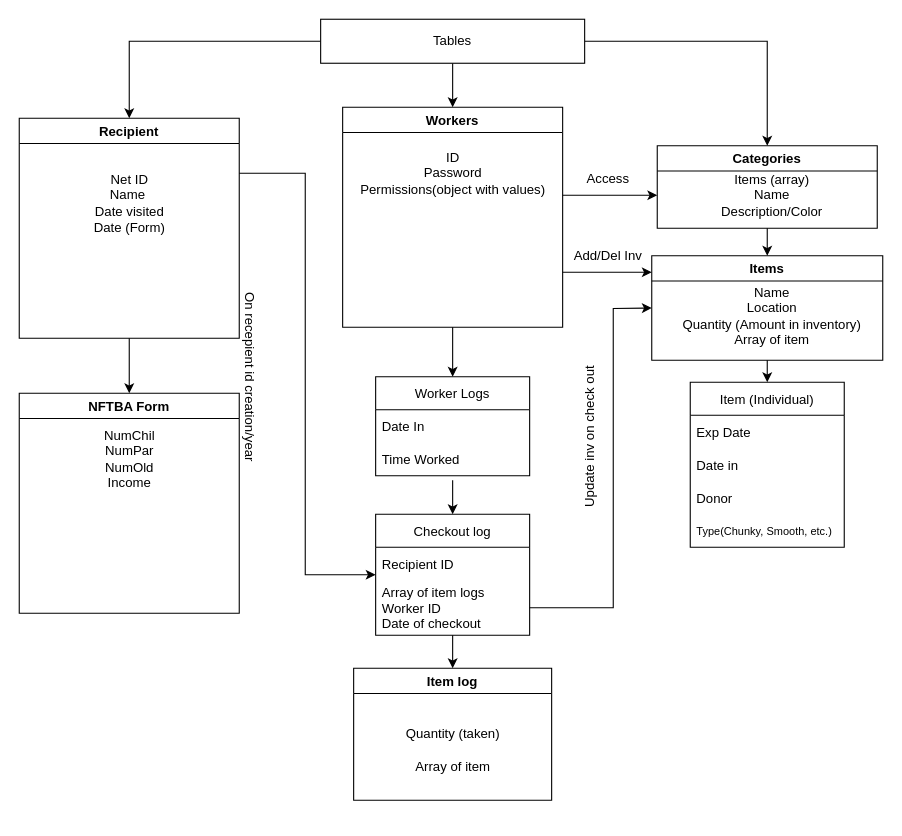
This is Back-End Data.drawio from UTDallasEPICS/Comet-Cupboard, a draw.io file, before an edit. Source tidied: cells renumbered, new cells numbered last; positions are measured from the earlier drawing's top-left corner, leaving out a move shared by most shapes. Both pictures are drawn from the tidied source at 110%, with x=0, y=0 at pixel (19, 19).
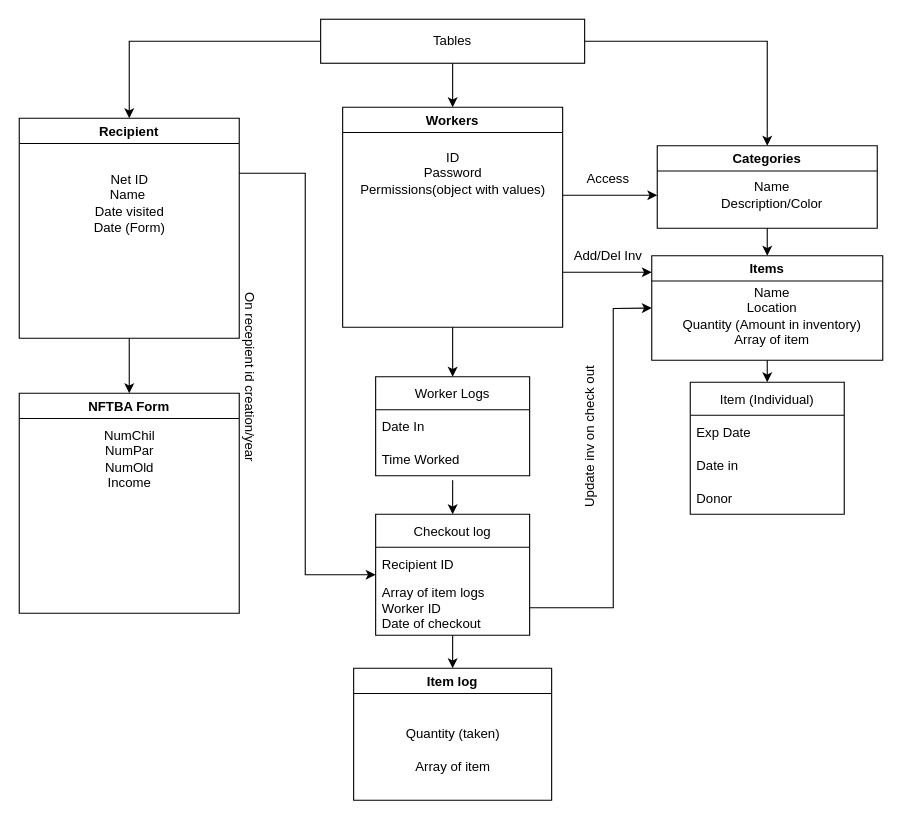
The same diagram, later.

The change refers to these unchanged cells:
```xml
<mxCell id="5" value="Categories" style="swimlane;" parent="1" vertex="1">
  <mxGeometry x="580" y="115" width="200" height="75" as="geometry" />
</mxCell>
```

Change to the diagram source:
```diff
@@
-    <mxCell id="6" value="Items (array)&lt;br&gt;Name&lt;br&gt;Description/Color" style="text;html=1;align=center;verticalAlign=middle;strokeColor=none;fillColor=none;" parent="5" vertex="1">
-      <mxGeometry x="44" y="15" width="120" height="60" as="geometry" />
+    <mxCell id="6" value="Name&lt;br&gt;Description/Color" style="text;html=1;align=center;verticalAlign=middle;strokeColor=none;fillColor=none;" parent="5" vertex="1">
+      <mxGeometry x="44" y="25" width="120" height="40" as="geometry" />
     </mxCell>
@@
     <mxCell id="34" value="Item (Individual)" style="swimlane;fontStyle=0;horizontal=1;startSize=30;" parent="1" vertex="1">
-      <mxGeometry x="610" y="330" width="140" height="150" as="geometry" />
+      <mxGeometry x="610" y="330" width="140" height="120" as="geometry" />
     </mxCell>
@@
-    <mxCell id="38" value="Type(Chunky, Smooth, etc.)" style="text;strokeColor=none;fillColor=none;align=left;verticalAlign=middle;spacingLeft=4;spacingRight=4;overflow=hidden;fontSize=10;" parent="34" vertex="1">
-      <mxGeometry y="120" width="140" height="30" as="geometry" />
-    </mxCell>
```
